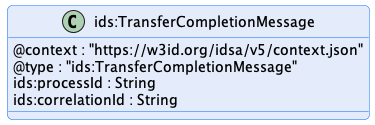
This is transfer/message/diagram/transfer-completion-message.png from International-Data-Spaces-Association/ids-specification, a PlantUML export, as it was before one commit.
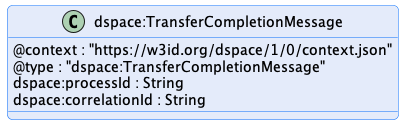
The same file after the commit.

What changed in the source:
```diff
@@ -1,16 +1,16 @@
 @startuml "transfer-completion-message"
 !pragma layout smetana
 
-!include ../../diagrams/diagram.styles.puml
+!include ../../../common/style/diagram.styles.puml
 
 hide empty description
 
 
-class "ids:TransferCompletionMessage" {
-    @context : "https://w3id.org/idsa/v5/context.json"
-    @type : "ids:TransferCompletionMessage"
-    ids:processId : String
-    ids:correlationId : String
+class "dspace:TransferCompletionMessage" {
+    @context : "https://w3id.org/dspace/1/0/context.json"
+    @type : "dspace:TransferCompletionMessage"
+    dspace:processId : String
+    dspace:correlationId : String
 }
 
 @enduml
```
